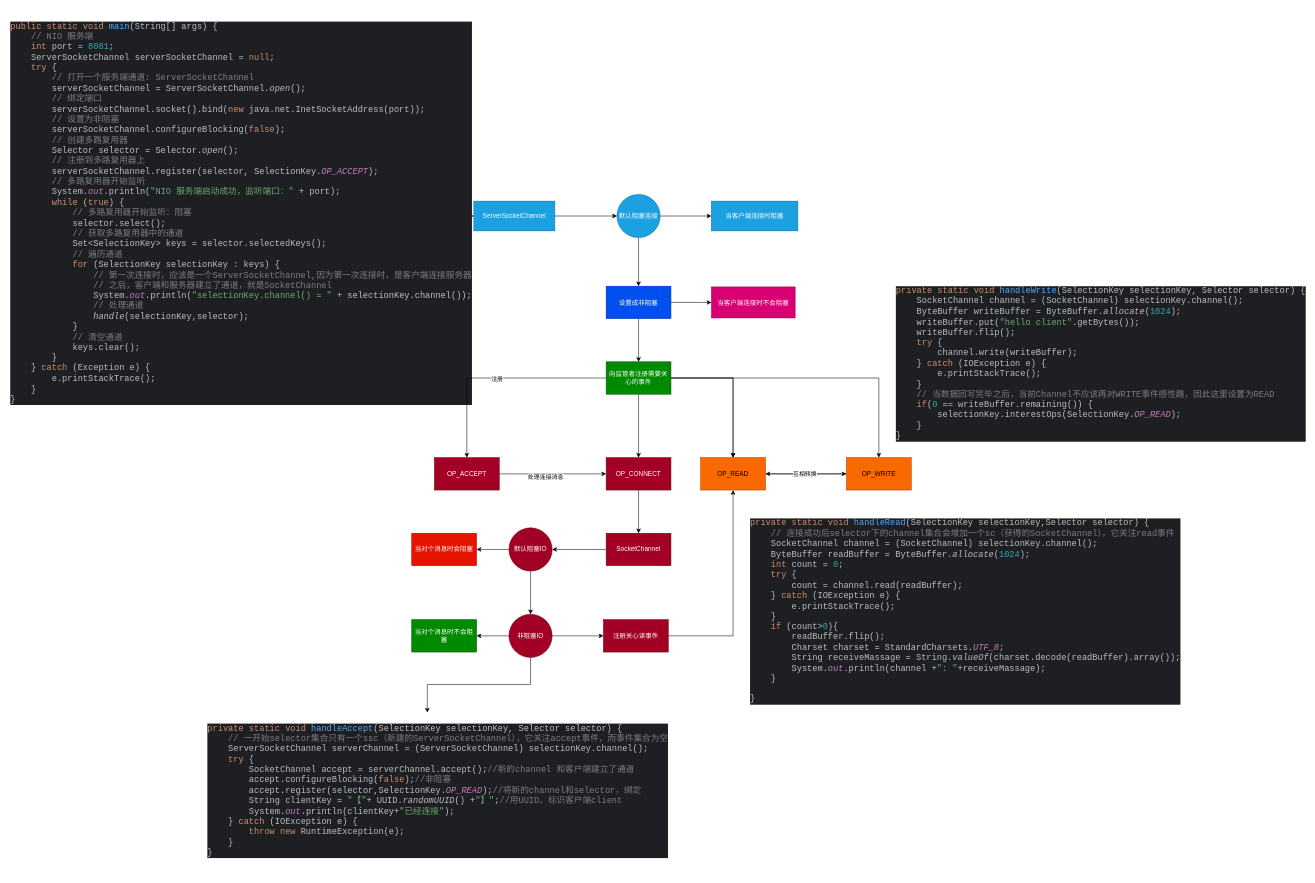
Earlier version of the draw.io diagram static/drawio/NIOServer.drawio (Eason-shu/CoffeeLatte). Source tidied: cells renumbered, new cells numbered last; positions are measured from the earlier drawing's top-left corner, leaving out a move shared by most shapes. Both pictures are drawn from the tidied source at 54%, with x=0, y=0 at pixel (9, 9).
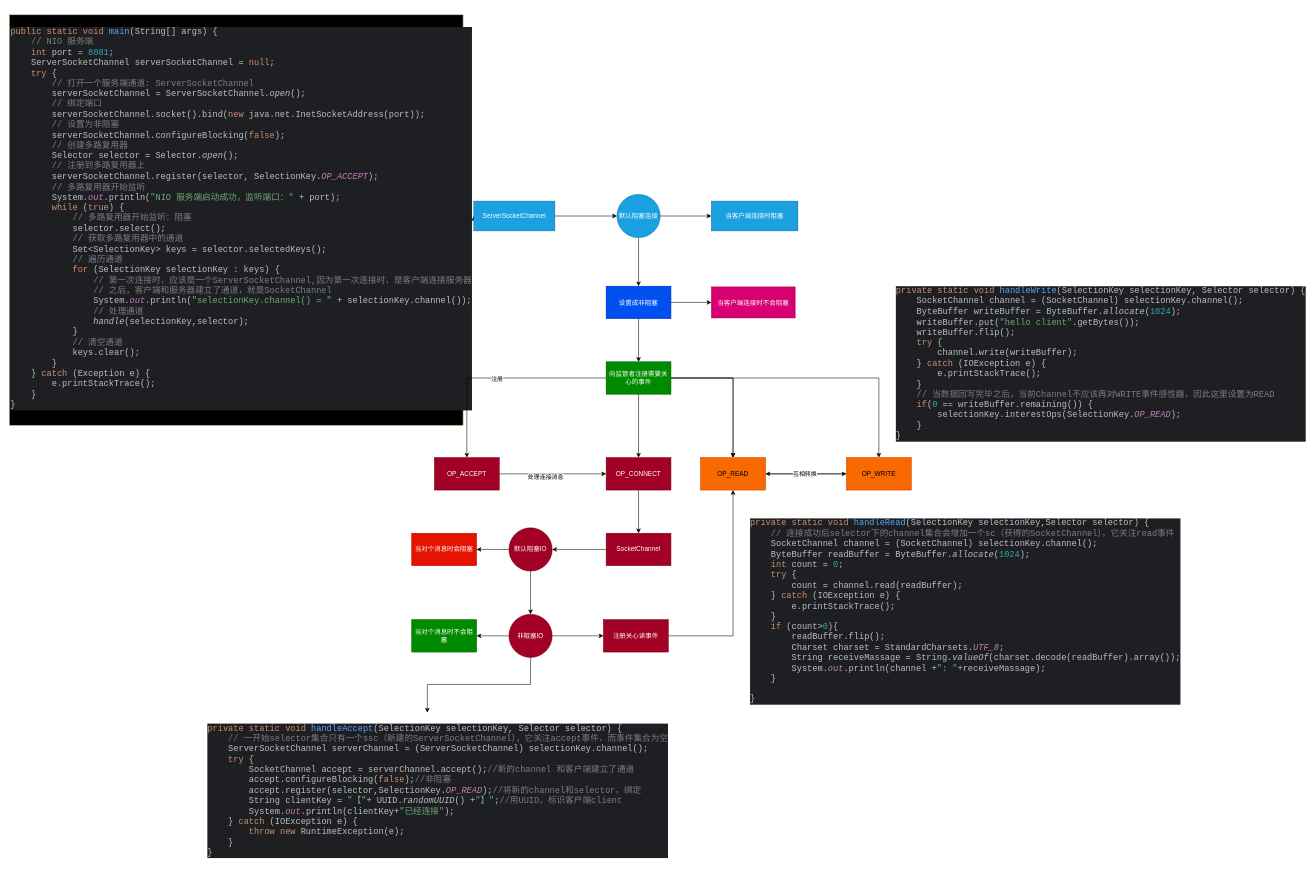
The same diagram, later.

The edit, as a diff of the source:
```diff
@@
-    <mxCell id="3" value="&lt;div style=&quot;background-color:#1e1f22;color:#bcbec4&quot;&gt;&lt;pre style=&quot;font-family:'JetBrains Mono',monospace;font-size:12.0pt;&quot;&gt;&lt;span style=&quot;color:#cf8e6d;&quot;&gt;public static void &lt;/span&gt;&lt;span style=&quot;color:#56a8f5;&quot;&gt;main&lt;/span&gt;(String[] args) {&lt;br&gt;    &lt;span style=&quot;color:#7a7e85;&quot;&gt;// NIO &lt;/span&gt;&lt;span style=&quot;color:#7a7e85;font-family:'宋体',monospace;&quot;&gt;服务端&lt;br&gt;&lt;/span&gt;&lt;span style=&quot;color:#7a7e85;font-family:'宋体',monospace;&quot;&gt;    &lt;/span&gt;&lt;span style=&quot;color:#cf8e6d;&quot;&gt;int &lt;/span&gt;port = &lt;span style=&quot;color:#2aacb8;&quot;&gt;8081&lt;/span&gt;;&lt;br&gt;    ServerSocketChannel serverSocketChannel = &lt;span style=&quot;color:#cf8e6d;&quot;&gt;null&lt;/span&gt;;&lt;br&gt;    &lt;span style=&quot;color:#cf8e6d;&quot;&gt;try &lt;/span&gt;{&lt;br&gt;        &lt;span style=&quot;color:#7a7e85;&quot;&gt;// &lt;/span&gt;&lt;span style=&quot;color:#7a7e85;font-family:'宋体',monospace;&quot;&gt;打开一个服务端通道&lt;/span&gt;&lt;span style=&quot;color:#7a7e85;&quot;&gt;: ServerSocketChannel&lt;br&gt;&lt;/span&gt;&lt;span style=&quot;color:#7a7e85;&quot;&gt;        &lt;/span&gt;serverSocketChannel = ServerSocketChannel.&lt;span style=&quot;font-style:italic;&quot;&gt;open&lt;/span&gt;();&lt;br&gt;        &lt;span style=&quot;color:#7a7e85;&quot;&gt;// &lt;/span&gt;&lt;span style=&quot;color:#7a7e85;font-family:'宋体',monospace;&quot;&gt;绑定端口&lt;br&gt;&lt;/span&gt;&lt;span style=&quot;color:#7a7e85;font-family:'宋体',monospace;&quot;&gt;        &lt;/span&gt;serverSocketChannel.socket().bind(&lt;span style=&quot;color:#cf8e6d;&quot;&gt;new &lt;/span&gt;java.net.InetSocketAddress(port));&lt;br&gt;        &lt;span style=&quot;color:#7a7e85;&quot;&gt;// &lt;/span&gt;&lt;span style=&quot;color:#7a7e85;font-family:'宋体',monospace;&quot;&gt;设置为非阻塞&lt;br&gt;&lt;/span&gt;&lt;span style=&quot;color:#7a7e85;font-family:'宋体',monospace;&quot;&gt;        &lt;/span&gt;serverSocketChannel.configureBlocking(&lt;span style=&quot;color:#cf8e6d;&quot;&gt;false&lt;/span&gt;);&lt;br&gt;        &lt;span style=&quot;color:#7a7e85;&quot;&gt;// &lt;/span&gt;&lt;span style=&quot;color:#7a7e85;font-family:'宋体',monospace;&quot;&gt;创建多路复用器&lt;br&gt;&lt;/span&gt;&lt;span style=&quot;color:#7a7e85;font-family:'宋体',monospace;&quot;&gt;        &lt;/span&gt;Selector selector = Selector.&lt;span style=&quot;font-style:italic;&quot;&gt;open&lt;/span&gt;();&lt;br&gt;        &lt;span style=&quot;color:#7a7e85;&quot;&gt;// &lt;/span&gt;&lt;span style=&quot;color:#7a7e85;font-family:'宋体',monospace;&quot;&gt;注册到多路复用器上&lt;br&gt;&lt;/span&gt;&lt;span style=&quot;color:#7a7e85;font-family:'宋体',monospace;&quot;&gt;        &lt;/span&gt;serverSocketChannel.register(selector, SelectionKey.&lt;span style=&quot;color:#c77dbb;font-style:italic;&quot;&gt;OP_ACCEPT&lt;/span&gt;);&lt;br&gt;        &lt;span style=&quot;color:#7a7e85;&quot;&gt;// &lt;/span&gt;&lt;span style=&quot;color:#7a7e85;font-family:'宋体',monospace;&quot;&gt;多路复用器开始监听&lt;br&gt;&lt;/span&gt;&lt;span style=&quot;color:#7a7e85;font-family:'宋体',monospace;&quot;&gt;        &lt;/span&gt;System.&lt;span style=&quot;color:#c77dbb;font-style:italic;&quot;&gt;out&lt;/span&gt;.println(&lt;span style=&quot;color:#6aab73;&quot;&gt;&quot;NIO &lt;/span&gt;&lt;span style=&quot;color:#6aab73;font-family:'宋体',monospace;&quot;&gt;服务端启动成功，监听端口：&lt;/span&gt;&lt;span style=&quot;color:#6aab73;&quot;&gt;&quot; &lt;/span&gt;+ port);&lt;br&gt;        &lt;span style=&quot;color:#cf8e6d;&quot;&gt;while &lt;/span&gt;(&lt;span style=&quot;color:#cf8e6d;&quot;&gt;true&lt;/span&gt;) {&lt;br&gt;            &lt;span style=&quot;color:#7a7e85;&quot;&gt;// &lt;/span&gt;&lt;span style=&quot;color:#7a7e85;font-family:'宋体',monospace;&quot;&gt;多路复用器开始监听：阻塞&lt;br&gt;&lt;/span&gt;&lt;span style=&quot;color:#7a7e85;font-family:'宋体',monospace;&quot;&gt;            &lt;/span&gt;selector.select();&lt;br&gt;            &lt;span style=&quot;color:#7a7e85;&quot;&gt;// &lt;/span&gt;&lt;span style=&quot;color:#7a7e85;font-family:'宋体',monospace;&quot;&gt;获取多路复用器中的通道&lt;br&gt;&lt;/span&gt;&lt;span style=&quot;color:#7a7e85;font-family:'宋体',monospace;&quot;&gt;            &lt;/span&gt;Set&amp;lt;SelectionKey&amp;gt; keys = selector.selectedKeys();&lt;br&gt;            &lt;span style=&quot;color:#7a7e85;&quot;&gt;// &lt;/span&gt;&lt;span style=&quot;color:#7a7e85;font-family:'宋体',monospace;&quot;&gt;遍历通道&lt;br&gt;&lt;/span&gt;&lt;span style=&quot;color:#7a7e85;font-family:'宋体',monospace;&quot;&gt;            &lt;/span&gt;&lt;span style=&quot;color:#cf8e6d;&quot;&gt;for &lt;/span&gt;(SelectionKey selectionKey : keys) {&lt;br&gt;                &lt;span style=&quot;color:#7a7e85;&quot;&gt;// &lt;/span&gt;&lt;span style=&quot;color:#7a7e85;font-family:'宋体',monospace;&quot;&gt;第一次连接时，应该是一个&lt;/span&gt;&lt;span style=&quot;color:#7a7e85;&quot;&gt;ServerSocketChannel,&lt;/span&gt;&lt;span style=&quot;color:#7a7e85;font-family:'宋体',monospace;&quot;&gt;因为第一次连接时，是客户端连接服务器&lt;br&gt;&lt;/span&gt;&lt;span style=&quot;color:#7a7e85;font-family:'宋体',monospace;&quot;&gt;                &lt;/span&gt;&lt;span style=&quot;color:#7a7e85;&quot;&gt;// &lt;/span&gt;&lt;span style=&quot;color:#7a7e85;font-family:'宋体',monospace;&quot;&gt;之后，客户端和服务器建立了通道，就是&lt;/span&gt;&lt;span style=&quot;color:#7a7e85;&quot;&gt;SocketChannel&lt;br&gt;&lt;/span&gt;&lt;span style=&quot;color:#7a7e85;&quot;&gt;                &lt;/span&gt;System.&lt;span style=&quot;color:#c77dbb;font-style:italic;&quot;&gt;out&lt;/span&gt;.println(&lt;span style=&quot;color:#6aab73;&quot;&gt;&quot;selectionKey.channel() = &quot; &lt;/span&gt;+ selectionKey.channel());&lt;br&gt;                &lt;span style=&quot;color:#7a7e85;&quot;&gt;// &lt;/span&gt;&lt;span style=&quot;color:#7a7e85;font-family:'宋体',monospace;&quot;&gt;处理通道&lt;br&gt;&lt;/span&gt;&lt;span style=&quot;color:#7a7e85;font-family:'宋体',monospace;&quot;&gt;                &lt;/span&gt;&lt;span style=&quot;font-style:italic;&quot;&gt;handle&lt;/span&gt;(selectionKey,selector);&lt;br&gt;            }&lt;br&gt;            &lt;span style=&quot;color:#7a7e85;&quot;&gt;// &lt;/span&gt;&lt;span style=&quot;color:#7a7e85;font-family:'宋体',monospace;&quot;&gt;清空通道&lt;br&gt;&lt;/span&gt;&lt;span style=&quot;color:#7a7e85;font-family:'宋体',monospace;&quot;&gt;            &lt;/span&gt;keys.clear();&lt;br&gt;        }&lt;br&gt;    } &lt;span style=&quot;color:#cf8e6d;&quot;&gt;catch &lt;/span&gt;(Exception e) {&lt;br&gt;        e.printStackTrace();&lt;br&gt;    }&lt;br&gt;}&lt;/pre&gt;&lt;/div&gt;" style="text;whiteSpace=wrap;html=1;" parent="1" vertex="1">
-      <mxGeometry width="560" height="770" as="geometry" />
+    <mxCell id="3" value="&lt;div style=&quot;background-color:#1e1f22;color:#bcbec4&quot;&gt;&lt;pre style=&quot;font-family:'JetBrains Mono',monospace;font-size:12.0pt;&quot;&gt;&lt;span style=&quot;color:#cf8e6d;&quot;&gt;public static void &lt;/span&gt;&lt;span style=&quot;color:#56a8f5;&quot;&gt;main&lt;/span&gt;(String[] args) {&lt;br&gt;    &lt;span style=&quot;color:#7a7e85;&quot;&gt;// NIO &lt;/span&gt;&lt;span style=&quot;color:#7a7e85;font-family:'宋体',monospace;&quot;&gt;服务端&lt;br&gt;&lt;/span&gt;&lt;span style=&quot;color:#7a7e85;font-family:'宋体',monospace;&quot;&gt;    &lt;/span&gt;&lt;span style=&quot;color:#cf8e6d;&quot;&gt;int &lt;/span&gt;port = &lt;span style=&quot;color:#2aacb8;&quot;&gt;8081&lt;/span&gt;;&lt;br&gt;    ServerSocketChannel serverSocketChannel = &lt;span style=&quot;color:#cf8e6d;&quot;&gt;null&lt;/span&gt;;&lt;br&gt;    &lt;span style=&quot;color:#cf8e6d;&quot;&gt;try &lt;/span&gt;{&lt;br&gt;        &lt;span style=&quot;color:#7a7e85;&quot;&gt;// &lt;/span&gt;&lt;span style=&quot;color:#7a7e85;font-family:'宋体',monospace;&quot;&gt;打开一个服务端通道&lt;/span&gt;&lt;span style=&quot;color:#7a7e85;&quot;&gt;: ServerSocketChannel&lt;br&gt;&lt;/span&gt;&lt;span style=&quot;color:#7a7e85;&quot;&gt;        &lt;/span&gt;serverSocketChannel = ServerSocketChannel.&lt;span style=&quot;font-style:italic;&quot;&gt;open&lt;/span&gt;();&lt;br&gt;        &lt;span style=&quot;color:#7a7e85;&quot;&gt;// &lt;/span&gt;&lt;span style=&quot;color:#7a7e85;font-family:'宋体',monospace;&quot;&gt;绑定端口&lt;br&gt;&lt;/span&gt;&lt;span style=&quot;color:#7a7e85;font-family:'宋体',monospace;&quot;&gt;        &lt;/span&gt;serverSocketChannel.socket().bind(&lt;span style=&quot;color:#cf8e6d;&quot;&gt;new &lt;/span&gt;java.net.InetSocketAddress(port));&lt;br&gt;        &lt;span style=&quot;color:#7a7e85;&quot;&gt;// &lt;/span&gt;&lt;span style=&quot;color:#7a7e85;font-family:'宋体',monospace;&quot;&gt;设置为非阻塞&lt;br&gt;&lt;/span&gt;&lt;span style=&quot;color:#7a7e85;font-family:'宋体',monospace;&quot;&gt;        &lt;/span&gt;serverSocketChannel.configureBlocking(&lt;span style=&quot;color:#cf8e6d;&quot;&gt;false&lt;/span&gt;);&lt;br&gt;        &lt;span style=&quot;color:#7a7e85;&quot;&gt;// &lt;/span&gt;&lt;span style=&quot;color:#7a7e85;font-family:'宋体',monospace;&quot;&gt;创建多路复用器&lt;br&gt;&lt;/span&gt;&lt;span style=&quot;color:#7a7e85;font-family:'宋体',monospace;&quot;&gt;        &lt;/span&gt;Selector selector = Selector.&lt;span style=&quot;font-style:italic;&quot;&gt;open&lt;/span&gt;();&lt;br&gt;        &lt;span style=&quot;color:#7a7e85;&quot;&gt;// &lt;/span&gt;&lt;span style=&quot;color:#7a7e85;font-family:'宋体',monospace;&quot;&gt;注册到多路复用器上&lt;br&gt;&lt;/span&gt;&lt;span style=&quot;color:#7a7e85;font-family:'宋体',monospace;&quot;&gt;        &lt;/span&gt;serverSocketChannel.register(selector, SelectionKey.&lt;span style=&quot;color:#c77dbb;font-style:italic;&quot;&gt;OP_ACCEPT&lt;/span&gt;);&lt;br&gt;        &lt;span style=&quot;color:#7a7e85;&quot;&gt;// &lt;/span&gt;&lt;span style=&quot;color:#7a7e85;font-family:'宋体',monospace;&quot;&gt;多路复用器开始监听&lt;br&gt;&lt;/span&gt;&lt;span style=&quot;color:#7a7e85;font-family:'宋体',monospace;&quot;&gt;        &lt;/span&gt;System.&lt;span style=&quot;color:#c77dbb;font-style:italic;&quot;&gt;out&lt;/span&gt;.println(&lt;span style=&quot;color:#6aab73;&quot;&gt;&quot;NIO &lt;/span&gt;&lt;span style=&quot;color:#6aab73;font-family:'宋体',monospace;&quot;&gt;服务端启动成功，监听端口：&lt;/span&gt;&lt;span style=&quot;color:#6aab73;&quot;&gt;&quot; &lt;/span&gt;+ port);&lt;br&gt;        &lt;span style=&quot;color:#cf8e6d;&quot;&gt;while &lt;/span&gt;(&lt;span style=&quot;color:#cf8e6d;&quot;&gt;true&lt;/span&gt;) {&lt;br&gt;            &lt;span style=&quot;color:#7a7e85;&quot;&gt;// &lt;/span&gt;&lt;span style=&quot;color:#7a7e85;font-family:'宋体',monospace;&quot;&gt;多路复用器开始监听：阻塞&lt;br&gt;&lt;/span&gt;&lt;span style=&quot;color:#7a7e85;font-family:'宋体',monospace;&quot;&gt;            &lt;/span&gt;selector.select();&lt;br&gt;            &lt;span style=&quot;color:#7a7e85;&quot;&gt;// &lt;/span&gt;&lt;span style=&quot;color:#7a7e85;font-family:'宋体',monospace;&quot;&gt;获取多路复用器中的通道&lt;br&gt;&lt;/span&gt;&lt;span style=&quot;color:#7a7e85;font-family:'宋体',monospace;&quot;&gt;            &lt;/span&gt;Set&amp;lt;SelectionKey&amp;gt; keys = selector.selectedKeys();&lt;br&gt;            &lt;span style=&quot;color:#7a7e85;&quot;&gt;// &lt;/span&gt;&lt;span style=&quot;color:#7a7e85;font-family:'宋体',monospace;&quot;&gt;遍历通道&lt;br&gt;&lt;/span&gt;&lt;span style=&quot;color:#7a7e85;font-family:'宋体',monospace;&quot;&gt;            &lt;/span&gt;&lt;span style=&quot;color:#cf8e6d;&quot;&gt;for &lt;/span&gt;(SelectionKey selectionKey : keys) {&lt;br&gt;                &lt;span style=&quot;color:#7a7e85;&quot;&gt;// &lt;/span&gt;&lt;span style=&quot;color:#7a7e85;font-family:'宋体',monospace;&quot;&gt;第一次连接时，应该是一个&lt;/span&gt;&lt;span style=&quot;color:#7a7e85;&quot;&gt;ServerSocketChannel,&lt;/span&gt;&lt;span style=&quot;color:#7a7e85;font-family:'宋体',monospace;&quot;&gt;因为第一次连接时，是客户端连接服务器&lt;br&gt;&lt;/span&gt;&lt;span style=&quot;color:#7a7e85;font-family:'宋体',monospace;&quot;&gt;                &lt;/span&gt;&lt;span style=&quot;color:#7a7e85;&quot;&gt;// &lt;/span&gt;&lt;span style=&quot;color:#7a7e85;font-family:'宋体',monospace;&quot;&gt;之后，客户端和服务器建立了通道，就是&lt;/span&gt;&lt;span style=&quot;color:#7a7e85;&quot;&gt;SocketChannel&lt;br&gt;&lt;/span&gt;&lt;span style=&quot;color:#7a7e85;&quot;&gt;                &lt;/span&gt;System.&lt;span style=&quot;color:#c77dbb;font-style:italic;&quot;&gt;out&lt;/span&gt;.println(&lt;span style=&quot;color:#6aab73;&quot;&gt;&quot;selectionKey.channel() = &quot; &lt;/span&gt;+ selectionKey.channel());&lt;br&gt;                &lt;span style=&quot;color:#7a7e85;&quot;&gt;// &lt;/span&gt;&lt;span style=&quot;color:#7a7e85;font-family:'宋体',monospace;&quot;&gt;处理通道&lt;br&gt;&lt;/span&gt;&lt;span style=&quot;color:#7a7e85;font-family:'宋体',monospace;&quot;&gt;                &lt;/span&gt;&lt;span style=&quot;font-style:italic;&quot;&gt;handle&lt;/span&gt;(selectionKey,selector);&lt;br&gt;            }&lt;br&gt;            &lt;span style=&quot;color:#7a7e85;&quot;&gt;// &lt;/span&gt;&lt;span style=&quot;color:#7a7e85;font-family:'宋体',monospace;&quot;&gt;清空通道&lt;br&gt;&lt;/span&gt;&lt;span style=&quot;color:#7a7e85;font-family:'宋体',monospace;&quot;&gt;            &lt;/span&gt;keys.clear();&lt;br&gt;        }&lt;br&gt;    } &lt;span style=&quot;color:#cf8e6d;&quot;&gt;catch &lt;/span&gt;(Exception e) {&lt;br&gt;        e.printStackTrace();&lt;br&gt;    }&lt;br&gt;}&lt;/pre&gt;&lt;/div&gt;" style="text;whiteSpace=wrap;html=1;fillColor=#000000;strokeColor=#82b366;" parent="1" vertex="1">
+      <mxGeometry y="10" width="840" height="760" as="geometry" />
     </mxCell>
```
